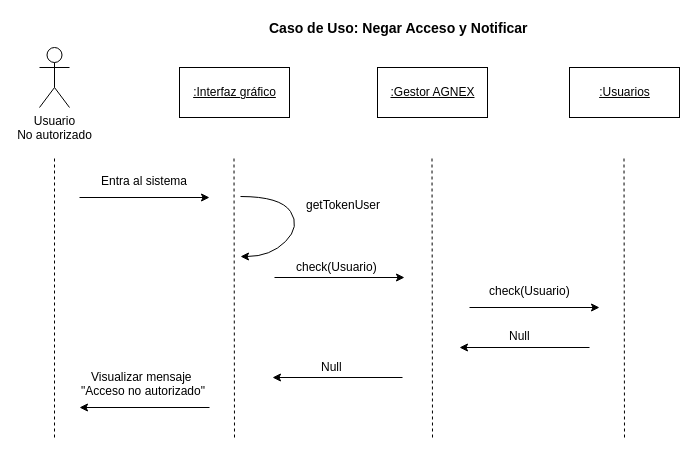
Above: PrimerSprint/SecuenciaCUNegarAcceso.drawio in pquella/buscaminas (draw.io), before the change. Source tidied: cells renumbered, new cells numbered last; positions are measured from the earlier drawing's top-left corner, leaving out a move shared by most shapes. Both pictures are drawn from the tidied source at 100%, with x=0, y=0 at pixel (39, 17).
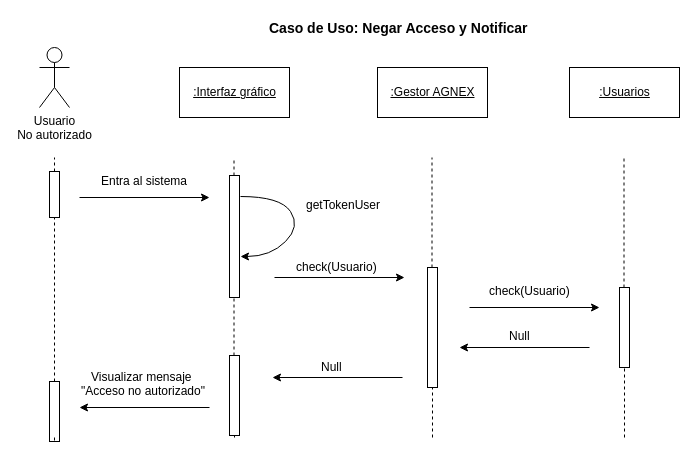
The same page after the edit.

Commit message:
Corregido errores

Añadidos Cuadros de actividad

Diff of the diagram source:
```diff
@@
-    <mxCell id="3" style="endArrow=none;dashed=1;html=1;" parent="1" edge="1">
+    <mxCell id="3" style="endArrow=none;dashed=1;html=1;" parent="1" edge="1" source="30">
       <mxGeometry relative="1" as="geometry">
-        <mxPoint x="15" y="420" as="sourcePoint" />
         <mxPoint x="15" y="140" as="targetPoint" />
       </mxGeometry>
     </mxCell>
@@
-    <mxCell id="6" style="endArrow=none;dashed=1;html=1;" parent="1" edge="1">
+    <mxCell id="6" style="endArrow=none;dashed=1;html=1;" parent="1" edge="1" source="26">
       <mxGeometry relative="1" as="geometry">
-        <mxPoint x="393" y="420" as="sourcePoint" />
         <mxPoint x="392.5" y="140" as="targetPoint" />
       </mxGeometry>
     </mxCell>
-    <mxCell id="7" style="endArrow=none;dashed=1;html=1;" parent="1" edge="1">
+    <mxCell id="7" style="endArrow=none;dashed=1;html=1;" parent="1" edge="1" source="34">
       <mxGeometry relative="1" as="geometry">
-        <mxPoint x="585" y="420" as="sourcePoint" />
         <mxPoint x="584.5" y="140" as="targetPoint" />
       </mxGeometry>
     </mxCell>
@@
-    <mxCell id="9" style="endArrow=none;dashed=1;html=1;" parent="1" edge="1">
+    <mxCell id="9" style="endArrow=none;dashed=1;html=1;" parent="1" edge="1" source="28">
       <mxGeometry relative="1" as="geometry">
-        <mxPoint x="195" y="420" as="sourcePoint" />
         <mxPoint x="194.5" y="140" as="targetPoint" />
       </mxGeometry>
     </mxCell>
@@
+    <mxCell id="25" style="html=1;perimeter=orthogonalPerimeter;" parent="1" vertex="1">
+      <mxGeometry x="190" y="158" width="10" height="122" as="geometry" />
+    </mxCell>
+    <mxCell id="26" style="html=1;points=[];perimeter=orthogonalPerimeter;" parent="1" vertex="1">
+      <mxGeometry x="388" y="250" width="10" height="120" as="geometry" />
+    </mxCell>
+    <mxCell id="27" style="endArrow=none;dashed=1;html=1;" parent="1" edge="1" target="26">
+      <mxGeometry relative="1" as="geometry">
+        <mxPoint x="393" y="420" as="sourcePoint" />
+      </mxGeometry>
+    </mxCell>
+    <mxCell id="28" style="html=1;points=[];perimeter=orthogonalPerimeter;" parent="1" vertex="1">
+      <mxGeometry x="190" y="338" width="10" height="80" as="geometry" />
+    </mxCell>
+    <mxCell id="29" style="endArrow=none;dashed=1;html=1;" parent="1" edge="1" target="28">
+      <mxGeometry relative="1" as="geometry">
+        <mxPoint x="195" y="420" as="sourcePoint" />
+      </mxGeometry>
+    </mxCell>
+    <mxCell id="30" style="html=1;points=[];perimeter=orthogonalPerimeter;" parent="1" vertex="1">
+      <mxGeometry x="10" y="154" width="10" height="46" as="geometry" />
+    </mxCell>
+    <mxCell id="31" style="endArrow=none;dashed=1;html=1;" parent="1" edge="1" source="32" target="30">
+      <mxGeometry relative="1" as="geometry" />
+    </mxCell>
+    <mxCell id="32" style="html=1;points=[];perimeter=orthogonalPerimeter;" parent="1" vertex="1">
+      <mxGeometry x="10" y="364" width="10" height="60" as="geometry" />
+    </mxCell>
+    <mxCell id="33" style="endArrow=none;dashed=1;html=1;" parent="1" edge="1" target="32">
+      <mxGeometry relative="1" as="geometry">
+        <mxPoint x="15" y="420" as="sourcePoint" />
+      </mxGeometry>
+    </mxCell>
+    <mxCell id="34" style="html=1;points=[];perimeter=orthogonalPerimeter;" parent="1" vertex="1">
+      <mxGeometry x="580" y="270" width="10" height="80" as="geometry" />
+    </mxCell>
+    <mxCell id="35" style="endArrow=none;dashed=1;html=1;" parent="1" edge="1" target="34">
+      <mxGeometry relative="1" as="geometry">
+        <mxPoint x="585" y="420" as="sourcePoint" />
+      </mxGeometry>
+    </mxCell>
```
